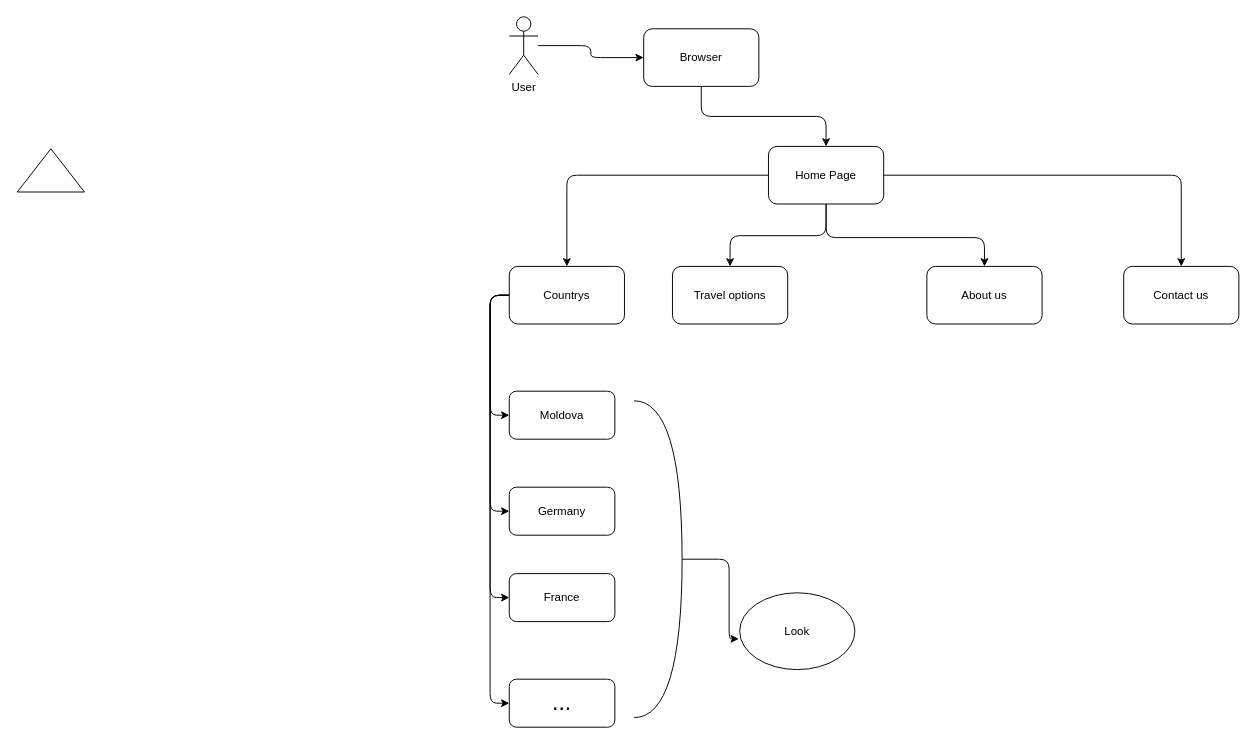
Before: page "Schiță_proect" (1 of 2) of Site1/Untitled Diagram.drawio in SmoleacMihai/ProgramareWeb, a draw.io diagram. Source tidied: cells renumbered, new cells numbered last; positions are measured from the earlier drawing's top-left corner, leaving out a move shared by most shapes. Both pictures are drawn from the tidied source at 96%, with x=0, y=0 at pixel (29, 16).
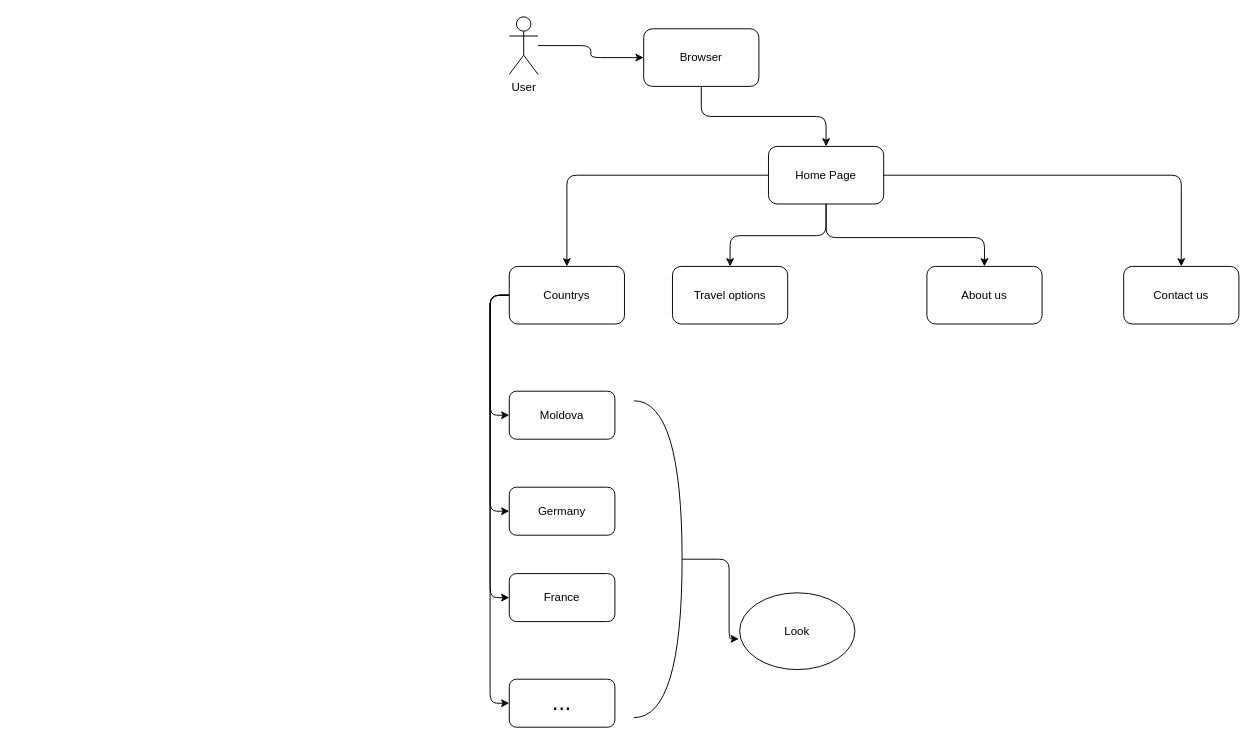
After the change.

Diff of the diagram source:
```diff
@@
-    <mxCell id="4" style="triangle;whiteSpace=wrap;html=1;rounded=0;sketch=0;rotation=-90;" parent="1" vertex="1">
-      <mxGeometry y="125" width="45" height="70" as="geometry" />
-    </mxCell>
```
